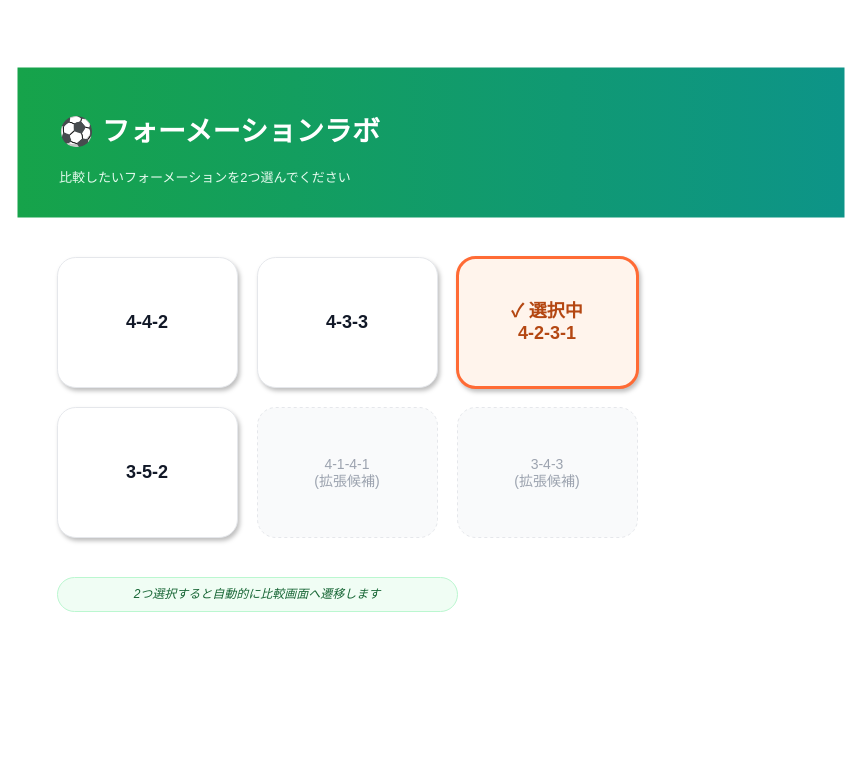
This is page "wireframe-formation-list" (1 of 2) of docs/specs/2_basic-design/wireframes.drawio from n-yata/soccer-sim, a draw.io file, before an edit. Source tidied: cells renumbered, new cells numbered last; positions are measured from the earlier drawing's top-left corner, leaving out a move shared by most shapes. Both pictures are drawn from the tidied source at 100%, with x=0, y=0 at pixel (17, 67).
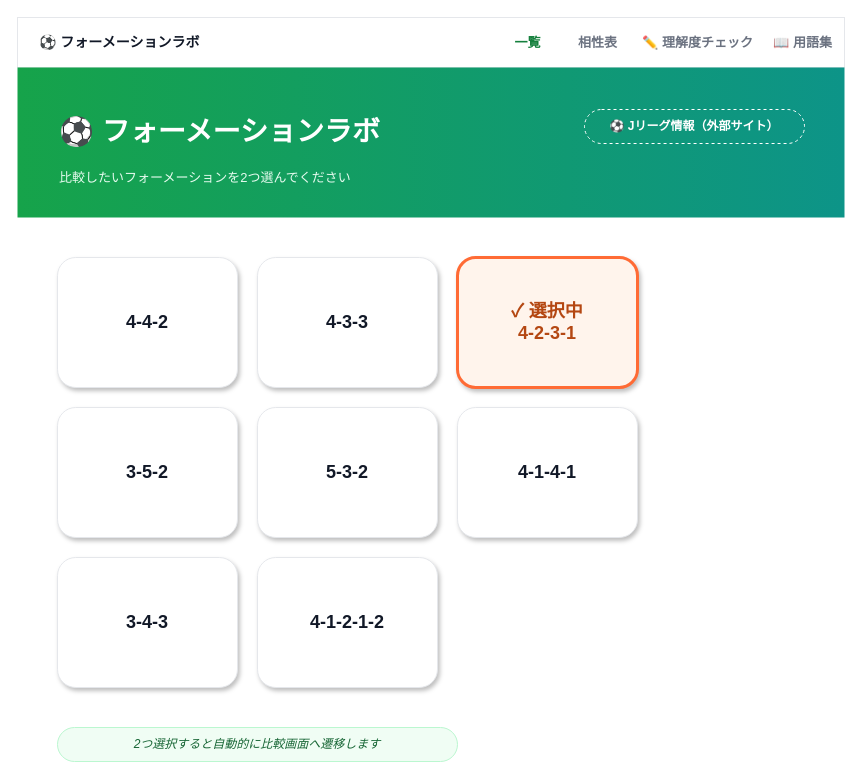
The same diagram, later.

What changed in the source:
```diff
@@
+    <mxCell id="12" style="rounded=0;whiteSpace=wrap;html=1;fillColor=#FFFFFF;strokeColor=#E5E7EB;strokeWidth=1;" parent="1" vertex="1">
+      <mxGeometry y="-50" width="827" height="50" as="geometry" />
+    </mxCell>
+    <mxCell id="13" value="⚽ フォーメーションラボ" style="text;html=1;fontSize=14;fontStyle=1;align=left;verticalAlign=middle;fontColor=#111827;" parent="1" vertex="1">
+      <mxGeometry x="20" y="-37" width="220" height="24" as="geometry" />
+    </mxCell>
+    <mxCell id="14" value="一覧" style="text;html=1;fontSize=13;fontStyle=1;align=center;verticalAlign=middle;fontColor=#15803D;" parent="1" vertex="1">
+      <mxGeometry x="480" y="-37" width="60" height="24" as="geometry" />
+    </mxCell>
+    <mxCell id="15" value="相性表" style="text;html=1;fontSize=13;fontStyle=1;align=center;verticalAlign=middle;fontColor=#6B7280;" parent="1" vertex="1">
+      <mxGeometry x="550" y="-37" width="60" height="24" as="geometry" />
+    </mxCell>
+    <mxCell id="16" value="✏️ 理解度チェック" style="text;html=1;fontSize=13;fontStyle=1;align=center;verticalAlign=middle;fontColor=#6B7280;" parent="1" vertex="1">
+      <mxGeometry x="620" y="-37" width="120" height="24" as="geometry" />
+    </mxCell>
+    <mxCell id="17" value="📖 用語集" style="text;html=1;fontSize=13;fontStyle=1;align=center;verticalAlign=middle;fontColor=#6B7280;" parent="1" vertex="1">
+      <mxGeometry x="740" y="-37" width="90" height="24" as="geometry" />
+    </mxCell>
@@
+    <mxCell id="18" value="⚽ Jリーグ情報（外部サイト）" style="rounded=1;arcSize=50;whiteSpace=wrap;html=1;fillColor=none;strokeColor=#FFFFFF;dashed=1;fontSize=12;fontStyle=1;fontColor=#FFFFFF;" parent="1" vertex="1">
+      <mxGeometry x="567" y="42" width="220" height="34" as="geometry" />
+    </mxCell>
@@
+    <mxCell id="19" value="5-3-2" style="rounded=1;arcSize=14;whiteSpace=wrap;html=1;fillColor=#FFFFFF;strokeColor=#E5E7EB;strokeWidth=1;shadow=1;fontSize=18;fontStyle=1;fontColor=#111827;" parent="1" vertex="1">
+      <mxGeometry x="240" y="340" width="180" height="130" as="geometry" />
+    </mxCell>
-    <mxCell id="9" value="4-1-4-1&#10;(拡張候補)" style="rounded=1;arcSize=14;whiteSpace=wrap;html=1;fillColor=#F9FAFB;strokeColor=#E5E7EB;strokeWidth=1;dashed=1;fontSize=14;fontColor=#9CA3AF;" parent="1" vertex="1">
-      <mxGeometry x="240" y="340" width="180" height="130" as="geometry" />
+    <mxCell id="9" value="4-1-4-1" style="rounded=1;arcSize=14;whiteSpace=wrap;html=1;fillColor=#FFFFFF;strokeColor=#E5E7EB;strokeWidth=1;shadow=1;fontSize=18;fontStyle=1;fontColor=#111827;" parent="1" vertex="1">
+      <mxGeometry x="440" y="340" width="180" height="130" as="geometry" />
     </mxCell>
-    <mxCell id="10" value="3-4-3&#10;(拡張候補)" style="rounded=1;arcSize=14;whiteSpace=wrap;html=1;fillColor=#F9FAFB;strokeColor=#E5E7EB;strokeWidth=1;dashed=1;fontSize=14;fontColor=#9CA3AF;" parent="1" vertex="1">
-      <mxGeometry x="440" y="340" width="180" height="130" as="geometry" />
+    <mxCell id="10" value="3-4-3" style="rounded=1;arcSize=14;whiteSpace=wrap;html=1;fillColor=#FFFFFF;strokeColor=#E5E7EB;strokeWidth=1;shadow=1;fontSize=18;fontStyle=1;fontColor=#111827;" parent="1" vertex="1">
+      <mxGeometry x="40" y="490" width="180" height="130" as="geometry" />
     </mxCell>
+    <mxCell id="20" value="4-1-2-1-2" style="rounded=1;arcSize=14;whiteSpace=wrap;html=1;fillColor=#FFFFFF;strokeColor=#E5E7EB;strokeWidth=1;shadow=1;fontSize=18;fontStyle=1;fontColor=#111827;" parent="1" vertex="1">
+      <mxGeometry x="240" y="490" width="180" height="130" as="geometry" />
+    </mxCell>
     <mxCell id="11" value="2つ選択すると自動的に比較画面へ遷移します" style="rounded=1;arcSize=50;whiteSpace=wrap;html=1;fillColor=#F0FDF4;strokeColor=#BBF7D0;fontColor=#166534;fontSize=12;fontStyle=2;" parent="1" vertex="1">
-      <mxGeometry x="40" y="510" width="400" height="34" as="geometry" />
+      <mxGeometry x="40" y="660" width="400" height="34" as="geometry" />
     </mxCell>
```
